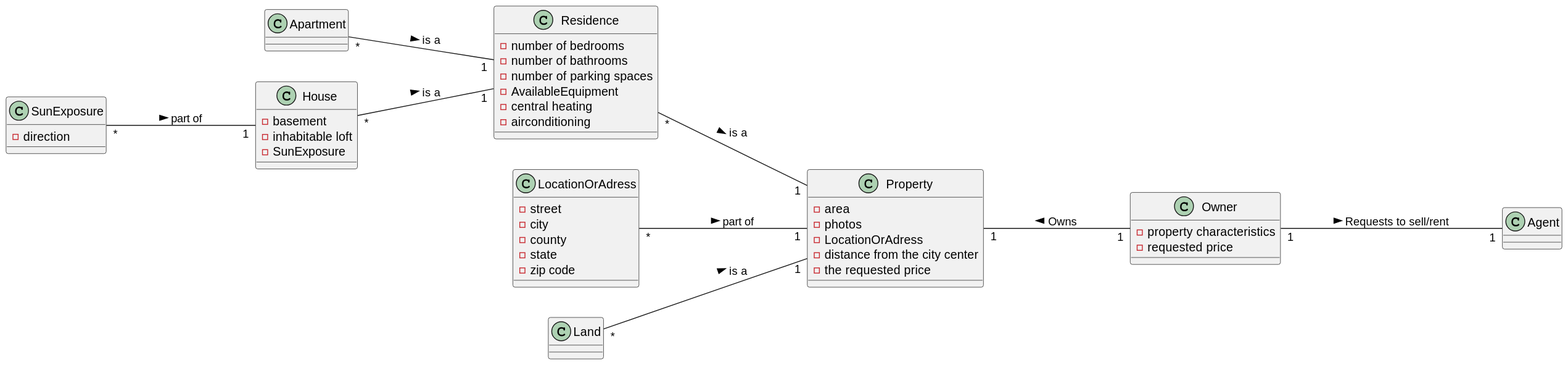
Earlier version of the PlantUML export docs/sprintA/US04/02.analysis/svg/us04-domain-model.svg (PureNimble/ISEP-LAPR2).
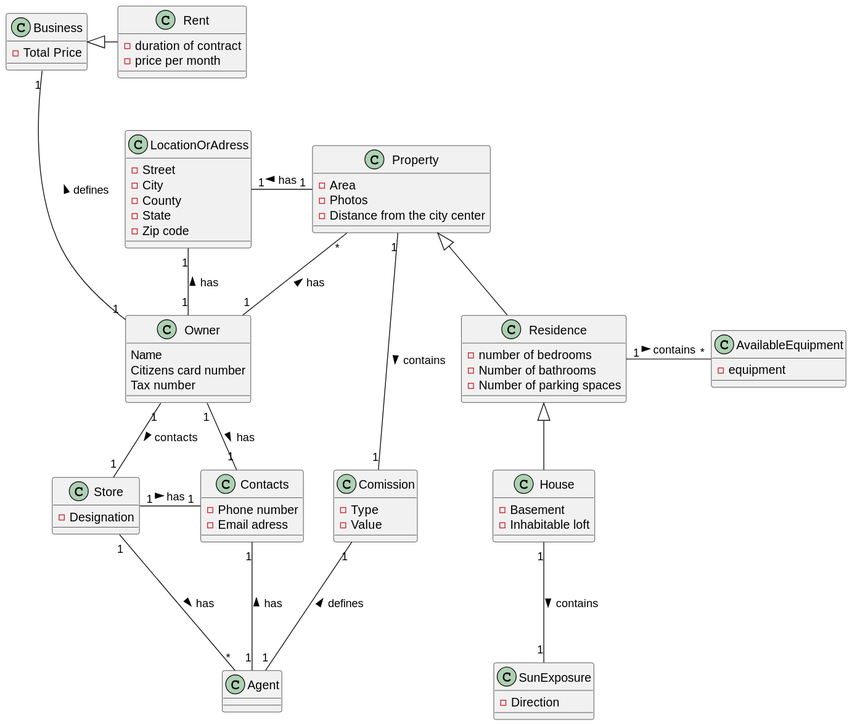
After the change.

What changed in the source:
```diff
@@ -1,10 +1,7 @@
 @startuml
-
-left to right direction
+skinparam groupInheritance 2
 
 class Property
-
-class Apartment
 
 class House
 
@@ -12,69 +9,104 @@
 
 class LocationOrAdress
 
-class Land
+class Contacts
 
 class Owner
 
+class Comission
+
 class Agent
+
+class Business
+
+class AvailableEquipment
+
+class Rent
 
 class SunExposure
 
+class Store
+
+class AvailableEquipment{
+- equipment
+}
+
+Class Contacts{
+- Phone number
+- Email adress
+}
+
 class Owner {
--property characteristics
--requested price
+Name
+Citizens card number
+Tax number
+}
+
+class Rent{
+- duration of contract
+- price per month
+}
+
+
+class Business{
+- Total Price
 }
 
 class Residence{
--number of bedrooms
- - number of bathrooms
- - number of parking spaces
- - AvailableEquipment
- - central heating
- - airconditioning
+- number of bedrooms
+- Number of bathrooms
+- Number of parking spaces
  }
 
+class Store{
+- Designation
+
+}
 
 class Property {
-- area
-- photos
-- LocationOrAdress
-- distance from the city center
-- the requested price
-}
-
-class Apartment {
+- Area
+- Photos
+- Distance from the city center
 }
 
 class House {
-- basement
-- inhabitable loft
-- SunExposure
-}
-
-class Land {
-
+- Basement
+- Inhabitable loft
 }
 
 class SunExposure {
-- direction
+- Direction
 }
 
 class LocationOrAdress {
-- street
-- city
-- county
-- state
-- zip code
+- Street
+- City
+- County
+- State
+- Zip code
 }
 
-Property "1" --- "1" Owner: Owns <
-Owner "1" --- "1" Agent: Requests to sell/rent  >
-Land "*" --- "1" Property: is a >
-Residence "*" --- "1" Property: is a >
-SunExposure "*" --- "1" House : part of >
-LocationOrAdress "*" --- "1" Property : part of >
-Apartment "*" --- "1" Residence : is a >
-House "*" --- "1" Residence : is a >
+class Comission{
+-Type
+-Value
+}
+
+Residence <|-- House
+Property <|-- Residence
+SunExposure "1" -up-- "1" House: contains <
+LocationOrAdress "1" -right-- "1" Property: has <
+LocationOrAdress "1" -right-- "1" Owner: has <
+Owner "1" -left-- "*" Property: has >
+Owner "1" -- "1" Store: contacts >
+Agent "*" -up-- "1" Store: has <
+Comission "1" -down-- "1" Agent: defines <
+Comission "1" -up-- "1" Property: contains <
+Owner "1" -up-- "1" Business: defines >
+AvailableEquipment "*" -left-- "1" Residence: contains <
+Business <|-right- Rent
+Owner "1" -right-- "1" Contacts: has >
+Store "1" -right-- "1" Contacts: has >
+Agent "1" -up-- "1" Contacts: has >
+
 
 @enduml
```
